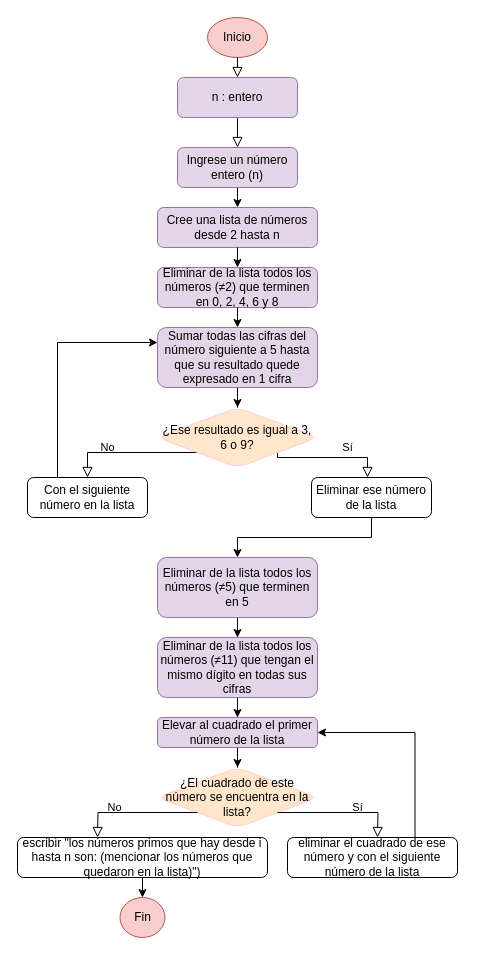
The draw.io diagram Diagrama sin título.drawio in Cate1911/Retico_3, before the edit. Source tidied: cells renumbered, new cells numbered last; positions are measured from the earlier drawing's top-left corner, leaving out a move shared by most shapes. Both pictures are drawn from the tidied source at 100%, with x=0, y=0 at pixel (17, 17).
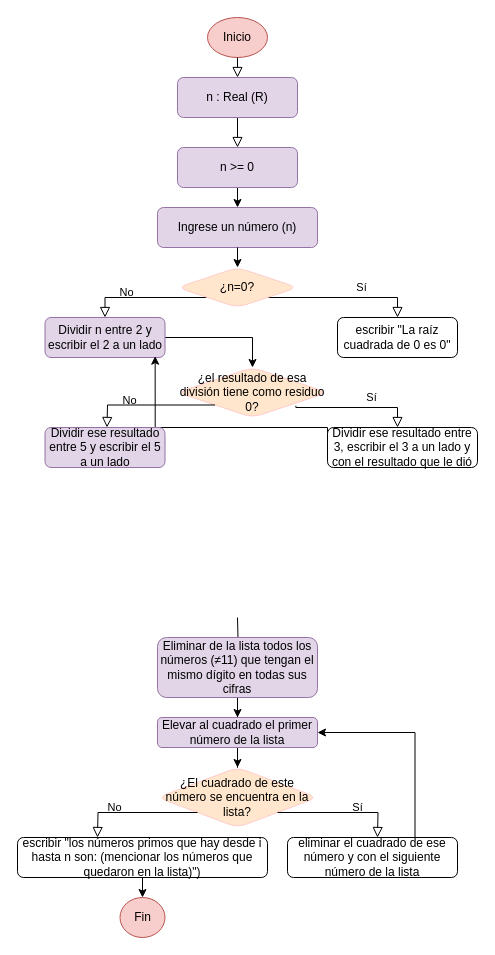
The same diagram, later.

The change refers to these unchanged cells:
```xml
<mxCell id="24" value="Eliminar de la lista todos los números (≠11) que tengan el mismo dígito en todas sus cifras" style="whiteSpace=wrap;html=1;fillColor=#e1d5e7;strokeColor=#9673a6;rounded=1;" parent="1" vertex="1">
  <mxGeometry x="140" y="620" width="160" height="60" as="geometry" />
</mxCell>
```

The edit, as a diff of the source:
```diff
@@
-    <mxCell id="3" value="n : entero" style="rounded=1;whiteSpace=wrap;html=1;fontSize=12;glass=0;strokeWidth=1;shadow=0;fillColor=#e1d5e7;strokeColor=#9673a6;" parent="1" vertex="1">
+    <mxCell id="3" value="n : Real (R)" style="rounded=1;whiteSpace=wrap;html=1;fontSize=12;glass=0;strokeWidth=1;shadow=0;fillColor=#e1d5e7;strokeColor=#9673a6;" parent="1" vertex="1">
       <mxGeometry x="160" y="60" width="120" height="40" as="geometry" />
     </mxCell>
-    <mxCell id="4" value="No" style="rounded=0;html=1;jettySize=auto;fontSize=11;endArrow=block;endFill=0;endSize=8;strokeWidth=1;shadow=0;labelBackgroundColor=none;edgeStyle=orthogonalEdgeStyle;exitX=0;exitY=1;exitDx=0;exitDy=0;" parent="1" edge="1" source="20" target="7">
+    <mxCell id="4" value="No" style="rounded=0;html=1;jettySize=auto;fontSize=11;endArrow=block;endFill=0;endSize=8;strokeWidth=1;shadow=0;labelBackgroundColor=none;edgeStyle=orthogonalEdgeStyle;exitX=0;exitY=1;exitDx=0;exitDy=0;" parent="1" edge="1" source="20" target="36">
       <mxGeometry x="0.33" y="-5" relative="1" as="geometry" />
     </mxCell>
-    <mxCell id="5" value="Sí" style="edgeStyle=orthogonalEdgeStyle;rounded=0;html=1;jettySize=auto;fontSize=11;endArrow=block;endFill=0;endSize=8;strokeWidth=1;shadow=0;labelBackgroundColor=none;exitX=1;exitY=1;exitDx=0;exitDy=0;" parent="1" edge="1" source="20" target="9">
-      <mxGeometry x="0.3" y="10" relative="1" as="geometry">
+    <mxCell id="5" value="Sí" style="edgeStyle=orthogonalEdgeStyle;rounded=0;html=1;jettySize=auto;fontSize=11;endArrow=block;endFill=0;endSize=8;strokeWidth=1;shadow=0;labelBackgroundColor=none;exitX=1;exitY=1;exitDx=0;exitDy=0;entryX=0.5;entryY=0;entryDx=0;entryDy=0;" parent="1" edge="1" source="20" target="9">
+      <mxGeometry x="0.25" y="10" relative="1" as="geometry">
         <Array as="points">
-          <mxPoint x="260" y="440" />
-          <mxPoint x="350" y="440" />
+          <mxPoint x="380" y="280" />
         </Array>
       </mxGeometry>
     </mxCell>
-    <mxCell id="6" style="edgeStyle=orthogonalEdgeStyle;rounded=0;jettySize=auto;html=1;entryX=0;entryY=0.25;entryDx=0;entryDy=0;exitX=0.25;exitY=0;exitDx=0;exitDy=0;" parent="1" edge="1" source="7" target="19">
-      <mxGeometry relative="1" as="geometry">
-        <Array as="points">
-          <mxPoint x="40" y="325" />
-        </Array>
-      </mxGeometry>
-    </mxCell>
-    <mxCell id="7" value="Con el siguiente número en la lista" style="rounded=1;whiteSpace=wrap;html=1;fontSize=12;glass=0;strokeWidth=1;shadow=0;" parent="1" vertex="1">
-      <mxGeometry x="10" y="460" width="120" height="40" as="geometry" />
-    </mxCell>
-    <mxCell id="8" style="edgeStyle=orthogonalEdgeStyle;rounded=0;jettySize=auto;html=1;exitX=0.5;exitY=1;exitDx=0;exitDy=0;" parent="1" edge="1" source="9" target="22">
-      <mxGeometry relative="1" as="geometry" />
-    </mxCell>
-    <mxCell id="9" value="Eliminar ese número de la lista" style="rounded=1;whiteSpace=wrap;html=1;fontSize=12;glass=0;strokeWidth=1;shadow=0;" parent="1" vertex="1">
-      <mxGeometry x="294" y="460" width="120" height="40" as="geometry" />
+    <mxCell id="9" value="escribir &quot;La raíz cuadrada de 0 es 0&quot;" style="rounded=1;whiteSpace=wrap;html=1;fontSize=12;glass=0;strokeWidth=1;shadow=0;" parent="1" vertex="1">
+      <mxGeometry x="320" y="300" width="120" height="40" as="geometry" />
     </mxCell>
@@
-    <mxCell id="13" value="Ingrese un número entero (n)" style="rounded=1;whiteSpace=wrap;html=1;fillColor=#e1d5e7;strokeColor=#9673a6;" parent="1" vertex="1">
+    <mxCell id="13" value="n &amp;gt;= 0" style="rounded=1;whiteSpace=wrap;html=1;fillColor=#e1d5e7;strokeColor=#9673a6;" parent="1" vertex="1">
       <mxGeometry x="160" y="130" width="120" height="40" as="geometry" />
     </mxCell>
-    <mxCell id="14" value="Cree una lista de números desde 2 hasta n" style="rounded=1;whiteSpace=wrap;html=1;fillColor=#e1d5e7;strokeColor=#9673a6;" parent="1" vertex="1">
+    <mxCell id="14" value="Ingrese un número (n)" style="rounded=1;whiteSpace=wrap;html=1;fillColor=#e1d5e7;strokeColor=#9673a6;" parent="1" vertex="1">
       <mxGeometry x="140" y="190" width="160" height="40" as="geometry" />
     </mxCell>
-    <mxCell id="15" style="endArrow=classic;html=1;rounded=0;exitX=0.5;exitY=1;exitDx=0;exitDy=0;" parent="1" edge="1" source="14" target="16">
+    <mxCell id="15" style="endArrow=classic;html=1;rounded=0;exitX=0.5;exitY=1;exitDx=0;exitDy=0;entryX=0.5;entryY=0;entryDx=0;entryDy=0;entryPerimeter=0;" parent="1" edge="1" source="14" target="20">
       <mxGeometry relative="1" as="geometry" />
     </mxCell>
-    <mxCell id="16" value="Eliminar de la lista todos los números (≠2) que terminen en 0, 2, 4, 6 y 8" style="rounded=1;whiteSpace=wrap;html=1;fillColor=#e1d5e7;strokeColor=#9673a6;" parent="1" vertex="1">
-      <mxGeometry x="140" y="250" width="160" height="40" as="geometry" />
-    </mxCell>
-    <mxCell id="17" style="endArrow=classic;html=1;rounded=0;exitX=0.5;exitY=1;exitDx=0;exitDy=0;" parent="1" edge="1" source="16" target="19">
-      <mxGeometry relative="1" as="geometry" />
-    </mxCell>
-    <mxCell id="18" style="edgeStyle=orthogonalEdgeStyle;rounded=0;jettySize=auto;html=1;" parent="1" edge="1" source="19" target="20">
-      <mxGeometry relative="1" as="geometry" />
-    </mxCell>
-    <mxCell id="19" value="Sumar todas las cifras del número siguiente a 5 hasta que su resultado quede expresado en 1 cifra" style="rounded=1;whiteSpace=wrap;html=1;fillColor=#e1d5e7;strokeColor=#9673a6;" parent="1" vertex="1">
-      <mxGeometry x="140" y="310" width="160" height="60" as="geometry" />
-    </mxCell>
-    <mxCell id="20" value="¿Ese resultado es igual a 3, 6 o 9?" style="rhombus;whiteSpace=wrap;html=1;fillColor=#ffe6cc;strokeColor=#FFCCCC;rounded=1;" parent="1" vertex="1">
-      <mxGeometry x="140" y="390" width="160" height="60" as="geometry" />
+    <mxCell id="20" value="¿n=0?" style="rhombus;whiteSpace=wrap;html=1;fillColor=#ffe6cc;strokeColor=#FFCCCC;rounded=1;" parent="1" vertex="1">
+      <mxGeometry x="160" y="250" width="120" height="40" as="geometry" />
     </mxCell>
-    <mxCell id="21" style="edgeStyle=orthogonalEdgeStyle;rounded=0;jettySize=auto;html=1;" parent="1" edge="1" source="22" target="24">
-      <mxGeometry relative="1" as="geometry" />
+    <mxCell id="21" style="edgeStyle=orthogonalEdgeStyle;rounded=0;jettySize=auto;html=1;" parent="1" edge="1" target="24">
+      <mxGeometry relative="1" as="geometry">
+        <mxPoint x="220" y="600" as="sourcePoint" />
+      </mxGeometry>
     </mxCell>
-    <mxCell id="22" value="Eliminar de la lista todos los números (≠5) que terminen en 5" style="rounded=1;whiteSpace=wrap;html=1;fillColor=#e1d5e7;strokeColor=#9673a6;" parent="1" vertex="1">
-      <mxGeometry x="140" y="540" width="160" height="60" as="geometry" />
-    </mxCell>
@@
+    <mxCell id="35" style="edgeStyle=orthogonalEdgeStyle;rounded=0;jettySize=auto;html=1;" parent="1" edge="1" source="36" target="37">
+      <mxGeometry relative="1" as="geometry" />
+    </mxCell>
+    <mxCell id="36" value="Dividir n entre 2 y escribir el 2 a un lado" style="rounded=1;whiteSpace=wrap;html=1;fillColor=#e1d5e7;strokeColor=#9673a6;" parent="1" vertex="1">
+      <mxGeometry x="27.5" y="300" width="120" height="40" as="geometry" />
+    </mxCell>
+    <mxCell id="37" value="¿el resultado de esa división tiene como residuo 0?" style="rhombus;whiteSpace=wrap;html=1;fillColor=#ffe6cc;strokeColor=#FFCCCC;rounded=1;" parent="1" vertex="1">
+      <mxGeometry x="160" y="350" width="150" height="50" as="geometry" />
+    </mxCell>
+    <mxCell id="38" value="No" style="rounded=0;html=1;jettySize=auto;fontSize=11;endArrow=block;endFill=0;endSize=8;strokeWidth=1;shadow=0;labelBackgroundColor=none;edgeStyle=orthogonalEdgeStyle;exitX=0;exitY=1;exitDx=0;exitDy=0;" parent="1" edge="1" source="37">
+      <mxGeometry x="0.33" y="-5" relative="1" as="geometry">
+        <mxPoint x="89.5" y="410" as="targetPoint" />
+      </mxGeometry>
+    </mxCell>
+    <mxCell id="39" value="Sí" style="edgeStyle=orthogonalEdgeStyle;rounded=0;html=1;jettySize=auto;fontSize=11;endArrow=block;endFill=0;endSize=8;strokeWidth=1;shadow=0;labelBackgroundColor=none;exitX=0.789;exitY=0.766;exitDx=0;exitDy=0;exitPerimeter=0;" parent="1" edge="1" source="37">
+      <mxGeometry x="0.25" y="10" relative="1" as="geometry">
+        <mxPoint x="380" y="410" as="targetPoint" />
+        <Array as="points">
+          <mxPoint x="278" y="390" />
+          <mxPoint x="380" y="390" />
+          <mxPoint x="380" y="410" />
+        </Array>
+      </mxGeometry>
+    </mxCell>
+    <mxCell id="40" style="edgeStyle=orthogonalEdgeStyle;rounded=0;jettySize=auto;html=1;exitX=0;exitY=0.5;exitDx=0;exitDy=0;entryX=0.918;entryY=0.967;entryDx=0;entryDy=0;entryPerimeter=0;" parent="1" edge="1" source="41" target="36">
+      <mxGeometry relative="1" as="geometry">
+        <Array as="points">
+          <mxPoint x="310" y="410" />
+          <mxPoint x="138" y="410" />
+        </Array>
+      </mxGeometry>
+    </mxCell>
+    <mxCell id="41" value="Dividir ese resultado entre 3, escribir el 3 a un lado y con el resultado que le dió" style="rounded=1;whiteSpace=wrap;html=1;fontSize=12;glass=0;strokeWidth=1;shadow=0;" parent="1" vertex="1">
+      <mxGeometry x="310" y="410" width="150" height="40" as="geometry" />
+    </mxCell>
+    <mxCell id="42" value="Dividir ese resultado entre 5 y escribir el 5 a un lado" style="rounded=1;whiteSpace=wrap;html=1;fillColor=#e1d5e7;strokeColor=#9673a6;" parent="1" vertex="1">
+      <mxGeometry x="27.5" y="410" width="120" height="40" as="geometry" />
+    </mxCell>
```
